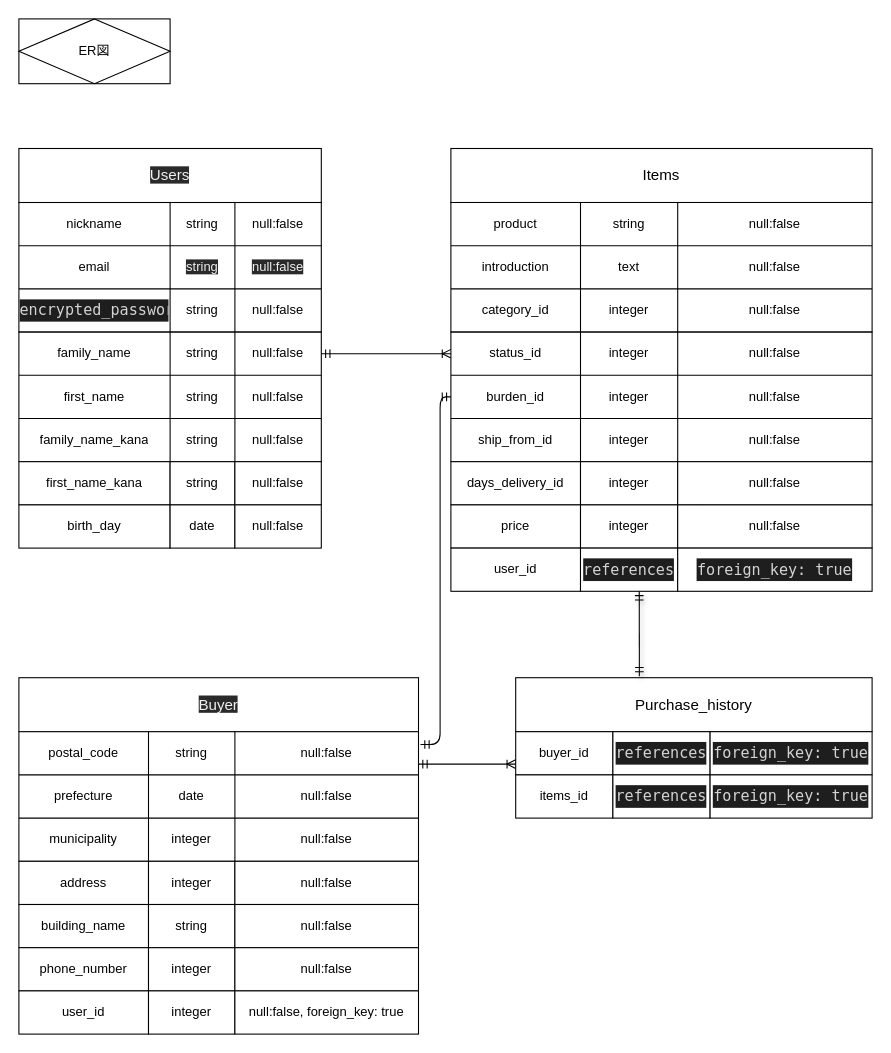
Earlier version of the draw.io diagram ER.dio (h-kaoru/furima-34717). Source tidied: cells renumbered, new cells numbered last; positions are measured from the earlier drawing's top-left corner, leaving out a move shared by most shapes. Both pictures are drawn from the tidied source at 108%, with x=0, y=0 at pixel (18, 18).
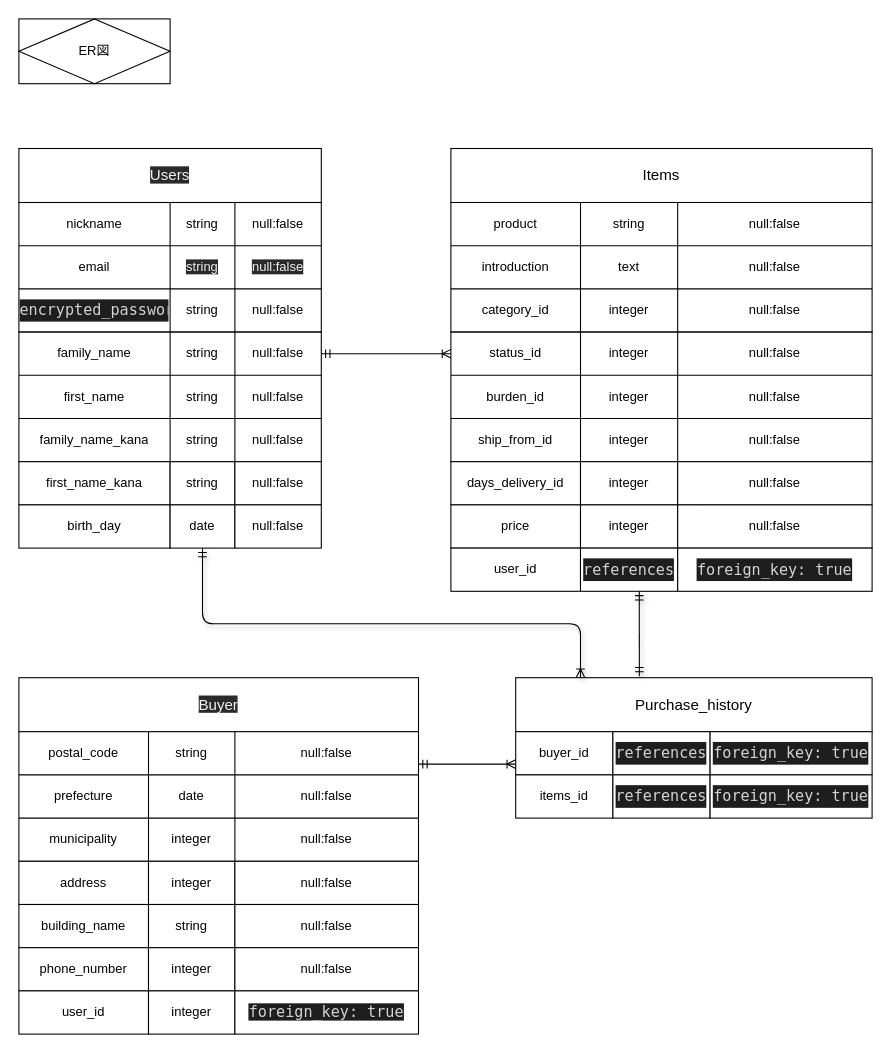
Above is the later version.

The change refers to these unchanged cells:
```xml
<mxCell id="33" value="date" style="rounded=0;whiteSpace=wrap;html=1;" parent="1" vertex="1">
  <mxGeometry x="140" y="450" width="60" height="40" as="geometry" />
</mxCell>
<mxCell id="55" style="shape=partialRectangle;html=1;whiteSpace=wrap;fillColor=none;top=0;left=0;bottom=0;right=0;points=[[0,0.5],[1,0.5]];portConstraint=eastwest;" parent="50" vertex="1">
  <mxGeometry y="40" width="390" height="40" as="geometry" />
</mxCell>
<mxCell id="72" style="shape=partialRectangle;html=1;whiteSpace=wrap;fillColor=none;top=0;left=0;bottom=0;right=0;points=[[0,0.5],[1,0.5]];portConstraint=eastwest;" parent="71" vertex="1">
  <mxGeometry width="370" height="40" as="geometry" />
</mxCell>
```

Diff of the diagram source:
```diff
@@
-    <mxCell id="99" value="null:false, foreign_key: true" style="rounded=0;whiteSpace=wrap;html=1;" parent="1" vertex="1">
+    <mxCell id="99" value="&lt;span style=&quot;color: rgb(212 , 212 , 212) ; font-family: &amp;#34;ricty diminished&amp;#34; , &amp;#34;menlo&amp;#34; , &amp;#34;monaco&amp;#34; , &amp;#34;courier new&amp;#34; , monospace ; font-size: 14px ; background-color: rgb(30 , 30 , 30)&quot;&gt;foreign_key: true&lt;/span&gt;" style="rounded=0;whiteSpace=wrap;html=1;" parent="1" vertex="1">
       <mxGeometry x="200" y="900" width="170" height="40" as="geometry" />
     </mxCell>
@@
-    <mxCell id="111" style="edgeStyle=elbowEdgeStyle;fontSize=12;html=1;endArrow=ERmandOne;startArrow=ERmandOne;shadow=0;entryX=0;entryY=0.5;entryDx=0;entryDy=0;exitX=1.005;exitY=0.296;exitDx=0;exitDy=0;exitPerimeter=0;" parent="1" edge="1" source="72" target="55">
-      <mxGeometry relative="1" as="geometry">
-        <Array as="points">
-          <mxPoint x="390" y="400" />
-          <mxPoint x="380" y="350" />
-          <mxPoint x="335" y="600" />
-        </Array>
-      </mxGeometry>
-    </mxCell>
+    <mxCell id="112" style="edgeStyle=orthogonalEdgeStyle;fontSize=12;html=1;endArrow=ERoneToMany;startArrow=ERmandOne;shadow=1;elbow=vertical;exitX=0.5;exitY=1;exitDx=0;exitDy=0;" parent="1" edge="1" source="33">
+      <mxGeometry relative="1" as="geometry">
+        <mxPoint x="520" y="610" as="targetPoint" />
+        <Array as="points">
+          <mxPoint x="170" y="560" />
+          <mxPoint x="520" y="560" />
+        </Array>
+      </mxGeometry>
+    </mxCell>
```
